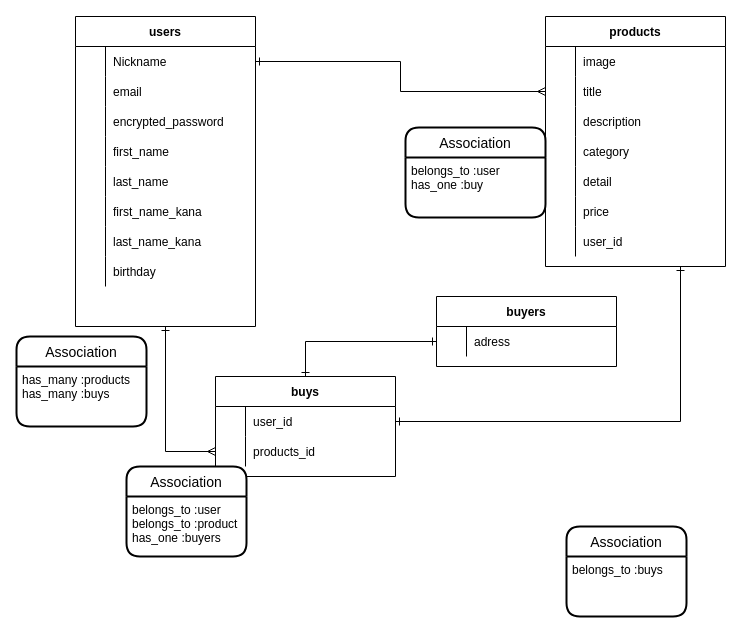
Before: furima.dio in fukui-jin/furima-33992, a draw.io diagram. Source tidied: cells renumbered, new cells numbered last; positions are measured from the earlier drawing's top-left corner, leaving out a move shared by most shapes. Both pictures are drawn from the tidied source at 100%, with x=0, y=0 at pixel (16, 16).
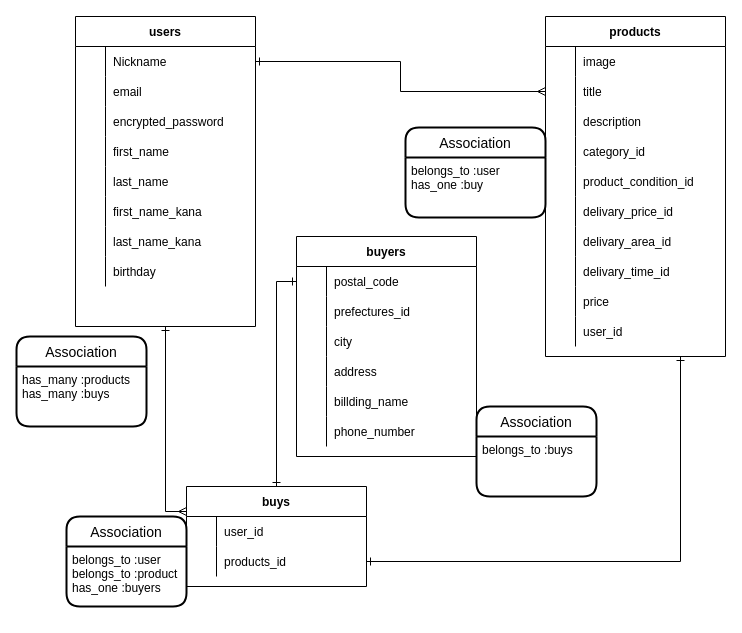
The same diagram, later.

Unchanged cells that the change refers to:
```xml
<mxCell id="3" value="users" style="shape=table;startSize=30;childLayout=tableLayout;rowLines=0;fontStyle=1;align=center;" parent="1" vertex="1">
  <mxGeometry x="59" width="180" height="310" as="geometry" />
</mxCell>
<mxCell id="38" style="shape=partialRectangle;fillColor=none;top=0;left=0;bottom=0;right=0;" parent="28" vertex="1">
  <mxGeometry y="120" width="180" height="30" as="geometry" />
</mxCell>
<mxCell id="52" style="shape=partialRectangle;fillColor=none;top=0;left=0;bottom=0;right=0;points=[[0,0.5],[1,0.5]];portConstraint=eastwest;" parent="51" vertex="1">
  <mxGeometry y="30" width="180" height="30" as="geometry" />
</mxCell>
<mxCell id="55" style="shape=partialRectangle;fillColor=none;top=0;left=0;bottom=0;right=0;points=[[0,0.5],[1,0.5]];portConstraint=eastwest;" parent="51" vertex="1">
  <mxGeometry y="60" width="180" height="30" as="geometry" />
</mxCell>
<mxCell id="67" style="shape=partialRectangle;fillColor=none;top=0;left=0;bottom=0;right=0;points=[[0,0.5],[1,0.5]];portConstraint=eastwest;" parent="66" vertex="1">
  <mxGeometry y="30" width="180" height="30" as="geometry" />
</mxCell>
```

Diff of the diagram source:
```diff
@@
-    <mxCell id="2" style="edgeStyle=orthogonalEdgeStyle;rounded=0;jettySize=auto;html=1;exitX=0.5;exitY=1;exitDx=0;exitDy=0;entryX=0;entryY=0.5;entryDx=0;entryDy=0;endArrow=ERmany;endFill=0;startArrow=ERone;startFill=0;" parent="1" edge="1" source="3" target="55">
+    <mxCell id="2" style="edgeStyle=orthogonalEdgeStyle;rounded=0;jettySize=auto;html=1;exitX=0.5;exitY=1;exitDx=0;exitDy=0;entryX=0;entryY=0.25;entryDx=0;entryDy=0;endArrow=ERmany;endFill=0;startArrow=ERone;startFill=0;" parent="1" edge="1" source="3" target="51">
       <mxGeometry relative="1" as="geometry" />
     </mxCell>
@@
     <mxCell id="28" value="products" style="shape=table;startSize=30;childLayout=tableLayout;rowLines=0;fontStyle=1;align=center;" parent="1" vertex="1">
-      <mxGeometry x="529" width="180" height="250" as="geometry" />
+      <mxGeometry x="529" width="180" height="340" as="geometry" />
     </mxCell>
@@
-    <mxCell id="40" value="category" style="shape=partialRectangle;fillColor=none;top=0;left=0;bottom=0;right=0;align=left;spacingLeft=6;overflow=hidden;" parent="38" vertex="1">
+    <mxCell id="40" value="category_id" style="shape=partialRectangle;fillColor=none;top=0;left=0;bottom=0;right=0;align=left;spacingLeft=6;overflow=hidden;" parent="38" vertex="1">
       <mxGeometry x="30" width="150" height="30" as="geometry" />
     </mxCell>
-    <mxCell id="41" style="shape=partialRectangle;fillColor=none;top=0;left=0;bottom=0;right=0;" parent="28" vertex="1">
-      <mxGeometry y="150" width="180" height="30" as="geometry" />
-    </mxCell>
-    <mxCell id="42" style="shape=partialRectangle;fillColor=none;top=0;left=0;bottom=0;right=0;overflow=hidden;" parent="41" vertex="1">
-      <mxGeometry width="30" height="30" as="geometry" />
-    </mxCell>
-    <mxCell id="43" value="detail" style="shape=partialRectangle;fillColor=none;top=0;left=0;bottom=0;right=0;align=left;spacingLeft=6;overflow=hidden;" parent="41" vertex="1">
-      <mxGeometry x="30" width="150" height="30" as="geometry" />
-    </mxCell>
+    <mxCell id="72" style="shape=partialRectangle;fillColor=none;top=0;left=0;bottom=0;right=0;" parent="28" vertex="1">
+      <mxGeometry y="150" width="180" height="30" as="geometry" />
+    </mxCell>
+    <mxCell id="73" style="shape=partialRectangle;fillColor=none;top=0;left=0;bottom=0;right=0;overflow=hidden;" parent="72" vertex="1">
+      <mxGeometry width="30" height="30" as="geometry" />
+    </mxCell>
+    <mxCell id="74" value="product_condition_id" style="shape=partialRectangle;fillColor=none;top=0;left=0;bottom=0;right=0;align=left;spacingLeft=6;overflow=hidden;" parent="72" vertex="1">
+      <mxGeometry x="30" width="150" height="30" as="geometry" />
+    </mxCell>
+    <mxCell id="75" style="shape=partialRectangle;fillColor=none;top=0;left=0;bottom=0;right=0;" parent="28" vertex="1">
+      <mxGeometry y="180" width="180" height="30" as="geometry" />
+    </mxCell>
+    <mxCell id="76" style="shape=partialRectangle;fillColor=none;top=0;left=0;bottom=0;right=0;overflow=hidden;" parent="75" vertex="1">
+      <mxGeometry width="30" height="30" as="geometry" />
+    </mxCell>
+    <mxCell id="77" value="delivary_price_id" style="shape=partialRectangle;fillColor=none;top=0;left=0;bottom=0;right=0;align=left;spacingLeft=6;overflow=hidden;" parent="75" vertex="1">
+      <mxGeometry x="30" width="150" height="30" as="geometry" />
+    </mxCell>
+    <mxCell id="78" style="shape=partialRectangle;fillColor=none;top=0;left=0;bottom=0;right=0;" parent="28" vertex="1">
+      <mxGeometry y="210" width="180" height="30" as="geometry" />
+    </mxCell>
+    <mxCell id="79" style="shape=partialRectangle;fillColor=none;top=0;left=0;bottom=0;right=0;overflow=hidden;" parent="78" vertex="1">
+      <mxGeometry width="30" height="30" as="geometry" />
+    </mxCell>
+    <mxCell id="80" value="delivary_area_id" style="shape=partialRectangle;fillColor=none;top=0;left=0;bottom=0;right=0;align=left;spacingLeft=6;overflow=hidden;" parent="78" vertex="1">
+      <mxGeometry x="30" width="150" height="30" as="geometry" />
+    </mxCell>
+    <mxCell id="81" style="shape=partialRectangle;fillColor=none;top=0;left=0;bottom=0;right=0;" parent="28" vertex="1">
+      <mxGeometry y="240" width="180" height="30" as="geometry" />
+    </mxCell>
+    <mxCell id="82" style="shape=partialRectangle;fillColor=none;top=0;left=0;bottom=0;right=0;overflow=hidden;" parent="81" vertex="1">
+      <mxGeometry width="30" height="30" as="geometry" />
+    </mxCell>
+    <mxCell id="83" value="delivary_time_id" style="shape=partialRectangle;fillColor=none;top=0;left=0;bottom=0;right=0;align=left;spacingLeft=6;overflow=hidden;" parent="81" vertex="1">
+      <mxGeometry x="30" width="150" height="30" as="geometry" />
+    </mxCell>
     <mxCell id="44" style="shape=partialRectangle;fillColor=none;top=0;left=0;bottom=0;right=0;" parent="28" vertex="1">
-      <mxGeometry y="180" width="180" height="30" as="geometry" />
+      <mxGeometry y="270" width="180" height="30" as="geometry" />
     </mxCell>
@@
     <mxCell id="47" style="shape=partialRectangle;fillColor=none;top=0;left=0;bottom=0;right=0;" parent="28" vertex="1">
-      <mxGeometry y="210" width="180" height="30" as="geometry" />
+      <mxGeometry y="300" width="180" height="30" as="geometry" />
     </mxCell>
@@
     <mxCell id="51" value="buys" style="shape=table;startSize=30;childLayout=tableLayout;rowLines=0;fontStyle=1;align=center;" parent="1" vertex="1">
-      <mxGeometry x="199" y="360" width="180" height="100" as="geometry" />
+      <mxGeometry x="170" y="470" width="180" height="100" as="geometry" />
     </mxCell>
@@
-    <mxCell id="59" style="edgeStyle=orthogonalEdgeStyle;rounded=0;jettySize=auto;html=1;exitX=1;exitY=0.5;exitDx=0;exitDy=0;startArrow=ERone;startFill=0;endArrow=ERone;endFill=0;entryX=0.75;entryY=1;entryDx=0;entryDy=0;" parent="1" edge="1" source="52" target="28">
+    <mxCell id="59" style="edgeStyle=orthogonalEdgeStyle;rounded=0;jettySize=auto;html=1;exitX=1;exitY=0.5;exitDx=0;exitDy=0;startArrow=ERone;startFill=0;endArrow=ERone;endFill=0;entryX=0.75;entryY=1;entryDx=0;entryDy=0;" parent="1" edge="1" source="55" target="28">
       <mxGeometry relative="1" as="geometry" />
     </mxCell>
@@
     <mxCell id="62" value="Association" style="swimlane;horizontal=1;startSize=30;rounded=1;fontSize=14;fontStyle=0;strokeWidth=2;shadow=0;dashed=0;align=center;" parent="1" vertex="1">
-      <mxGeometry x="110" y="450" width="120" height="90" as="geometry" />
+      <mxGeometry x="50" y="500" width="120" height="90" as="geometry" />
     </mxCell>
@@
     <mxCell id="66" value="buyers" style="shape=table;startSize=30;childLayout=tableLayout;rowLines=0;fontStyle=1;align=center;" parent="1" vertex="1">
-      <mxGeometry x="420" y="280" width="180" height="70" as="geometry" />
+      <mxGeometry x="280" y="220" width="180" height="220" as="geometry" />
     </mxCell>
@@
-    <mxCell id="69" value="adress" style="shape=partialRectangle;fillColor=none;top=0;left=0;bottom=0;right=0;align=left;spacingLeft=6;overflow=hidden;" parent="67" vertex="1">
+    <mxCell id="69" value="postal_code" style="shape=partialRectangle;fillColor=none;top=0;left=0;bottom=0;right=0;align=left;spacingLeft=6;overflow=hidden;" parent="67" vertex="1">
       <mxGeometry x="30" width="150" height="30" as="geometry" />
     </mxCell>
+    <mxCell id="84" style="shape=partialRectangle;fillColor=none;top=0;left=0;bottom=0;right=0;" parent="66" vertex="1">
+      <mxGeometry y="60" width="180" height="30" as="geometry" />
+    </mxCell>
+    <mxCell id="85" style="shape=partialRectangle;fillColor=none;top=0;left=0;bottom=0;right=0;overflow=hidden;" parent="84" vertex="1">
+      <mxGeometry width="30" height="30" as="geometry" />
+    </mxCell>
+    <mxCell id="86" value="prefectures_id" style="shape=partialRectangle;fillColor=none;top=0;left=0;bottom=0;right=0;align=left;spacingLeft=6;overflow=hidden;" parent="84" vertex="1">
+      <mxGeometry x="30" width="150" height="30" as="geometry" />
+    </mxCell>
+    <mxCell id="87" style="shape=partialRectangle;fillColor=none;top=0;left=0;bottom=0;right=0;" parent="66" vertex="1">
+      <mxGeometry y="90" width="180" height="30" as="geometry" />
+    </mxCell>
+    <mxCell id="88" style="shape=partialRectangle;fillColor=none;top=0;left=0;bottom=0;right=0;overflow=hidden;" parent="87" vertex="1">
+      <mxGeometry width="30" height="30" as="geometry" />
+    </mxCell>
+    <mxCell id="89" value="city" style="shape=partialRectangle;fillColor=none;top=0;left=0;bottom=0;right=0;align=left;spacingLeft=6;overflow=hidden;" parent="87" vertex="1">
+      <mxGeometry x="30" width="150" height="30" as="geometry" />
+    </mxCell>
+    <mxCell id="90" style="shape=partialRectangle;fillColor=none;top=0;left=0;bottom=0;right=0;" parent="66" vertex="1">
+      <mxGeometry y="120" width="180" height="30" as="geometry" />
+    </mxCell>
+    <mxCell id="91" style="shape=partialRectangle;fillColor=none;top=0;left=0;bottom=0;right=0;overflow=hidden;" parent="90" vertex="1">
+      <mxGeometry width="30" height="30" as="geometry" />
+    </mxCell>
+    <mxCell id="92" value="address" style="shape=partialRectangle;fillColor=none;top=0;left=0;bottom=0;right=0;align=left;spacingLeft=6;overflow=hidden;" parent="90" vertex="1">
+      <mxGeometry x="30" width="150" height="30" as="geometry" />
+    </mxCell>
+    <mxCell id="93" style="shape=partialRectangle;fillColor=none;top=0;left=0;bottom=0;right=0;" parent="66" vertex="1">
+      <mxGeometry y="150" width="180" height="30" as="geometry" />
+    </mxCell>
+    <mxCell id="94" style="shape=partialRectangle;fillColor=none;top=0;left=0;bottom=0;right=0;overflow=hidden;" parent="93" vertex="1">
+      <mxGeometry width="30" height="30" as="geometry" />
+    </mxCell>
+    <mxCell id="95" value="billding_name" style="shape=partialRectangle;fillColor=none;top=0;left=0;bottom=0;right=0;align=left;spacingLeft=6;overflow=hidden;" parent="93" vertex="1">
+      <mxGeometry x="30" width="150" height="30" as="geometry" />
+    </mxCell>
+    <mxCell id="96" style="shape=partialRectangle;fillColor=none;top=0;left=0;bottom=0;right=0;" parent="66" vertex="1">
+      <mxGeometry y="180" width="180" height="30" as="geometry" />
+    </mxCell>
+    <mxCell id="97" style="shape=partialRectangle;fillColor=none;top=0;left=0;bottom=0;right=0;overflow=hidden;" parent="96" vertex="1">
+      <mxGeometry width="30" height="30" as="geometry" />
+    </mxCell>
+    <mxCell id="98" value="phone_number" style="shape=partialRectangle;fillColor=none;top=0;left=0;bottom=0;right=0;align=left;spacingLeft=6;overflow=hidden;" parent="96" vertex="1">
+      <mxGeometry x="30" width="150" height="30" as="geometry" />
+    </mxCell>
     <mxCell id="70" value="Association" style="swimlane;horizontal=1;startSize=30;rounded=1;fontSize=14;fontStyle=0;strokeWidth=2;shadow=0;dashed=0;align=center;" parent="1" vertex="1">
-      <mxGeometry x="550" y="510" width="120" height="90" as="geometry" />
+      <mxGeometry x="460" y="390" width="120" height="90" as="geometry" />
     </mxCell>
```
